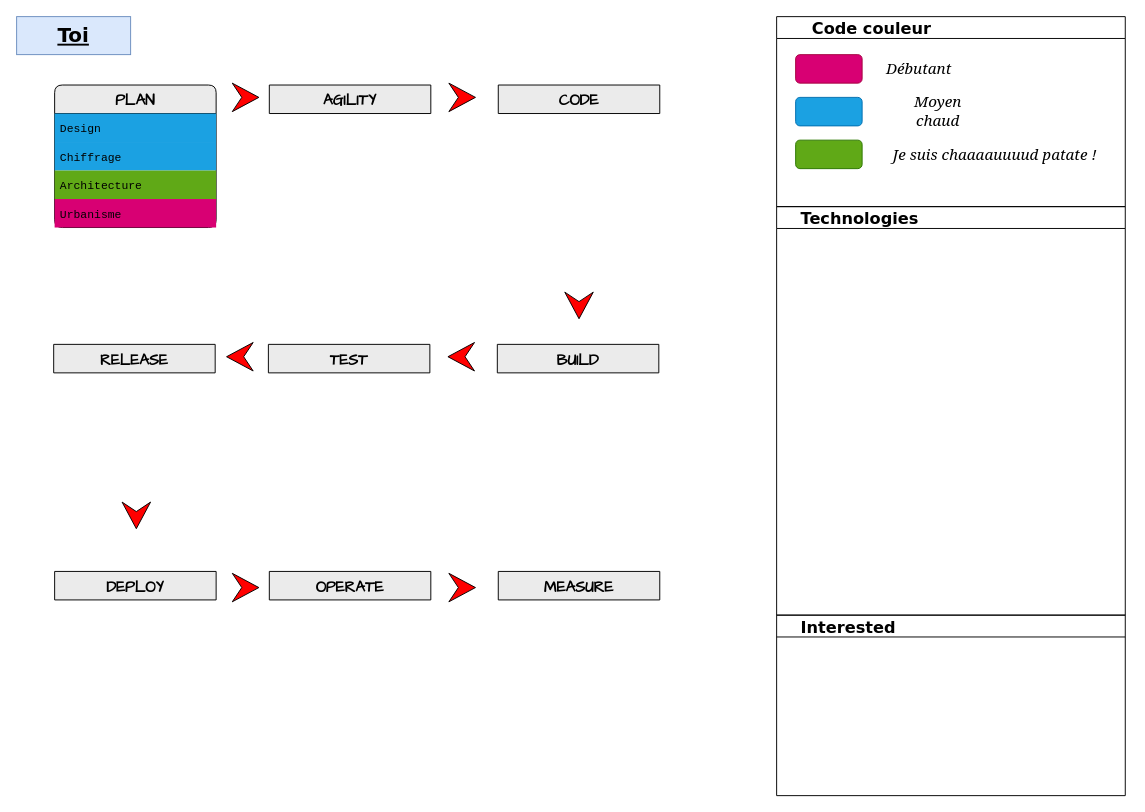
Above: skills.drawio in teolia/TeoSchool_skills (draw.io), before the change. Source tidied: cells renumbered, new cells numbered last; positions are measured from the earlier drawing's top-left corner, leaving out a move shared by most shapes. Both pictures are drawn from the tidied source at 95%, with x=0, y=0 at pixel (16, 16).
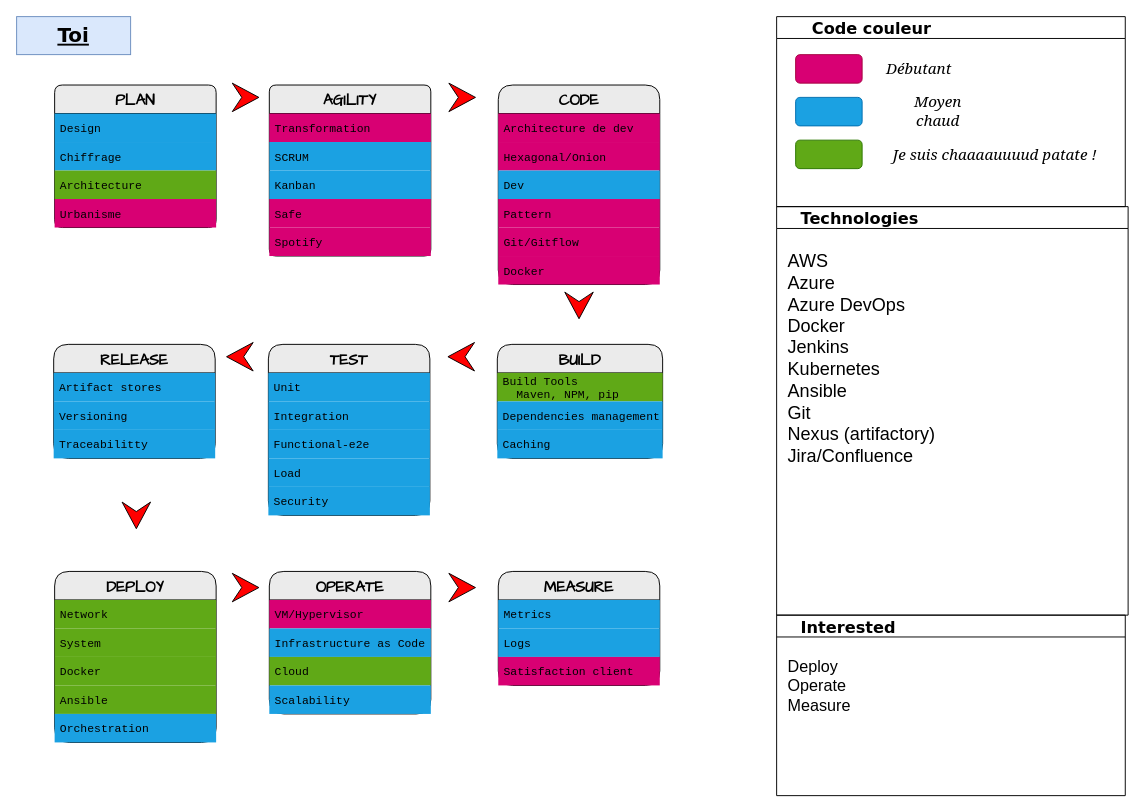
Above is the later version.

Commit message:
Mettre à jour skills.drawio

Unchanged cells that the change refers to:
```xml
<mxCell id="32" value="    Interested" style="swimlane;rounded=0;labelBackgroundColor=none;sketch=0;fontFamily=Verdana;fontSize=17;fontColor=#000000;fillColor=none;align=left;" parent="1" vertex="1">
  <mxGeometry x="800" y="630" width="367" height="190" as="geometry" />
</mxCell>
```

What changed in the source:
```diff
@@
-    <mxCell id="8" value="AGILITY" style="swimlane;fontStyle=1;horizontal=1;startSize=30;fontFamily=Comic Sans MS;rounded=1;arcSize=8;labelBackgroundColor=none;fillColor=#EBEBEB;fontSize=16;" parent="1" vertex="1" collapsed="1">
-      <mxGeometry x="266" y="72" width="170" height="30" as="geometry" />
+    <mxCell id="8" value="AGILITY" style="swimlane;fontStyle=1;horizontal=1;startSize=30;fontFamily=Comic Sans MS;rounded=1;arcSize=8;labelBackgroundColor=none;fillColor=#EBEBEB;fontSize=16;" parent="1" vertex="1">
+      <mxGeometry x="266" y="72" width="170" height="180" as="geometry" />
     </mxCell>
+    <mxCell id="33" value="Transformation" style="text;align=left;verticalAlign=middle;spacingLeft=4;spacingRight=4;overflow=hidden;fontFamily=Courier New;fillColor=#D80073;" parent="8" vertex="1">
+      <mxGeometry y="30" width="170" height="30" as="geometry" />
+    </mxCell>
+    <mxCell id="34" value="SCRUM" style="text;strokeColor=none;fillColor=#1BA1E2;align=left;verticalAlign=middle;spacingLeft=4;spacingRight=4;overflow=hidden;fontFamily=Courier New;" parent="8" vertex="1">
+      <mxGeometry y="60" width="170" height="30" as="geometry" />
+    </mxCell>
+    <mxCell id="35" value="Kanban" style="text;strokeColor=none;fillColor=#1BA1E2;align=left;verticalAlign=middle;spacingLeft=4;spacingRight=4;overflow=hidden;fontFamily=Courier New;" parent="8" vertex="1">
+      <mxGeometry y="90" width="170" height="30" as="geometry" />
+    </mxCell>
+    <mxCell id="36" value="Safe" style="text;strokeColor=none;fillColor=#D80073;align=left;verticalAlign=middle;spacingLeft=4;spacingRight=4;overflow=hidden;fontFamily=Courier New;" parent="8" vertex="1">
+      <mxGeometry y="120" width="170" height="30" as="geometry" />
+    </mxCell>
+    <mxCell id="37" value="Spotify" style="text;strokeColor=none;fillColor=#D80073;align=left;verticalAlign=middle;spacingLeft=4;spacingRight=4;overflow=hidden;fontFamily=Courier New;" parent="8" vertex="1">
+      <mxGeometry y="150" width="170" height="30" as="geometry" />
+    </mxCell>
-    <mxCell id="9" value="CODE" style="swimlane;fontStyle=1;horizontal=1;startSize=30;fontFamily=Comic Sans MS;rounded=1;arcSize=17;labelBackgroundColor=none;fillColor=#EBEBEB;fontSize=16;" parent="1" vertex="1" collapsed="1">
-      <mxGeometry x="507" y="72" width="170" height="30" as="geometry" />
+    <mxCell id="9" value="CODE" style="swimlane;fontStyle=1;horizontal=1;startSize=30;fontFamily=Comic Sans MS;rounded=1;arcSize=17;labelBackgroundColor=none;fillColor=#EBEBEB;fontSize=16;" parent="1" vertex="1">
+      <mxGeometry x="507" y="72" width="170" height="210" as="geometry" />
     </mxCell>
+    <mxCell id="38" value="Architecture de dev" style="text;align=left;verticalAlign=middle;spacingLeft=4;spacingRight=4;overflow=hidden;fontFamily=Courier New;fillColor=#D80073;" parent="9" vertex="1">
+      <mxGeometry y="30" width="170" height="30" as="geometry" />
+    </mxCell>
+    <mxCell id="39" value="Hexagonal/Onion" style="text;strokeColor=none;fillColor=#D80073;align=left;verticalAlign=middle;spacingLeft=4;spacingRight=4;overflow=hidden;fontFamily=Courier New;" parent="9" vertex="1">
+      <mxGeometry y="60" width="170" height="30" as="geometry" />
+    </mxCell>
+    <mxCell id="40" value="Dev" style="text;strokeColor=none;fillColor=#1BA1E2;align=left;verticalAlign=middle;spacingLeft=4;spacingRight=4;overflow=hidden;fontFamily=Courier New;" parent="9" vertex="1">
+      <mxGeometry y="90" width="170" height="30" as="geometry" />
+    </mxCell>
+    <mxCell id="41" value="Pattern" style="text;strokeColor=none;fillColor=#D80073;align=left;verticalAlign=middle;spacingLeft=4;spacingRight=4;overflow=hidden;fontFamily=Courier New;" parent="9" vertex="1">
+      <mxGeometry y="120" width="170" height="30" as="geometry" />
+    </mxCell>
+    <mxCell id="42" value="Git/Gitflow" style="text;strokeColor=none;fillColor=#D80073;align=left;verticalAlign=middle;spacingLeft=4;spacingRight=4;overflow=hidden;fontFamily=Courier New;" parent="9" vertex="1">
+      <mxGeometry y="150" width="170" height="30" as="geometry" />
+    </mxCell>
+    <mxCell id="43" value="Docker" style="text;strokeColor=none;fillColor=#D80073;align=left;verticalAlign=middle;spacingLeft=4;spacingRight=4;overflow=hidden;fontFamily=Courier New;" parent="9" vertex="1">
+      <mxGeometry y="180" width="170" height="30" as="geometry" />
+    </mxCell>
@@
-    <mxCell id="12" value="RELEASE" style="swimlane;fontStyle=1;horizontal=1;startSize=30;fontFamily=Comic Sans MS;rounded=1;arcSize=17;labelBackgroundColor=none;fillColor=#EBEBEB;fontSize=16;" parent="1" vertex="1" collapsed="1">
-      <mxGeometry x="39" y="345" width="170" height="30" as="geometry" />
+    <mxCell id="12" value="RELEASE" style="swimlane;fontStyle=1;horizontal=1;startSize=30;fontFamily=Comic Sans MS;rounded=1;arcSize=17;labelBackgroundColor=none;fillColor=#EBEBEB;fontSize=16;" parent="1" vertex="1">
+      <mxGeometry x="39" y="345" width="170" height="120" as="geometry" />
     </mxCell>
+    <mxCell id="44" value="Artifact stores" style="text;align=left;verticalAlign=middle;spacingLeft=4;spacingRight=4;overflow=hidden;fontFamily=Courier New;fillColor=#1BA1E2;" parent="12" vertex="1">
+      <mxGeometry y="30" width="170" height="30" as="geometry" />
+    </mxCell>
+    <mxCell id="45" value="Versioning" style="text;strokeColor=none;fillColor=#1BA1E2;align=left;verticalAlign=middle;spacingLeft=4;spacingRight=4;overflow=hidden;fontFamily=Courier New;" parent="12" vertex="1">
+      <mxGeometry y="60" width="170" height="30" as="geometry" />
+    </mxCell>
+    <mxCell id="46" value="Traceabilitty" style="text;strokeColor=none;fillColor=#1BA1E2;align=left;verticalAlign=middle;spacingLeft=4;spacingRight=4;overflow=hidden;fontFamily=Courier New;" parent="12" vertex="1">
+      <mxGeometry y="90" width="170" height="30" as="geometry" />
+    </mxCell>
-    <mxCell id="13" value="TEST" style="swimlane;fontStyle=1;horizontal=1;startSize=30;fontFamily=Comic Sans MS;rounded=1;arcSize=17;labelBackgroundColor=none;fillColor=#EBEBEB;fontSize=16;" parent="1" vertex="1" collapsed="1">
-      <mxGeometry x="265" y="345" width="170" height="30" as="geometry" />
+    <mxCell id="13" value="TEST" style="swimlane;fontStyle=1;horizontal=1;startSize=30;fontFamily=Comic Sans MS;rounded=1;arcSize=17;labelBackgroundColor=none;fillColor=#EBEBEB;fontSize=16;" parent="1" vertex="1">
+      <mxGeometry x="265" y="345" width="170" height="180" as="geometry" />
     </mxCell>
+    <mxCell id="47" value="Unit" style="text;align=left;verticalAlign=middle;spacingLeft=4;spacingRight=4;overflow=hidden;fontFamily=Courier New;fillColor=#1BA1E2;" parent="13" vertex="1">
+      <mxGeometry y="30" width="170" height="30" as="geometry" />
+    </mxCell>
+    <mxCell id="48" value="Integration" style="text;strokeColor=none;fillColor=#1BA1E2;align=left;verticalAlign=middle;spacingLeft=4;spacingRight=4;overflow=hidden;fontFamily=Courier New;" parent="13" vertex="1">
+      <mxGeometry y="60" width="170" height="30" as="geometry" />
+    </mxCell>
+    <mxCell id="49" value="Functional-e2e" style="text;strokeColor=none;fillColor=#1BA1E2;align=left;verticalAlign=middle;spacingLeft=4;spacingRight=4;overflow=hidden;fontFamily=Courier New;" parent="13" vertex="1">
+      <mxGeometry y="90" width="170" height="30" as="geometry" />
+    </mxCell>
+    <mxCell id="50" value="Load" style="text;strokeColor=none;fillColor=#1BA1E2;align=left;verticalAlign=middle;spacingLeft=4;spacingRight=4;overflow=hidden;fontFamily=Courier New;" parent="13" vertex="1">
+      <mxGeometry y="120" width="170" height="30" as="geometry" />
+    </mxCell>
+    <mxCell id="51" value="Security" style="text;strokeColor=none;fillColor=#1BA1E2;align=left;verticalAlign=middle;spacingLeft=4;spacingRight=4;overflow=hidden;fontFamily=Courier New;" parent="13" vertex="1">
+      <mxGeometry y="150" width="170" height="30" as="geometry" />
+    </mxCell>
-    <mxCell id="14" value="BUILD" style="swimlane;fontStyle=1;horizontal=1;startSize=30;fontFamily=Comic Sans MS;rounded=1;arcSize=17;labelBackgroundColor=none;fillColor=#EBEBEB;fontSize=16;" parent="1" vertex="1" collapsed="1">
-      <mxGeometry x="506" y="345" width="170" height="30" as="geometry" />
+    <mxCell id="14" value="BUILD" style="swimlane;fontStyle=1;horizontal=1;startSize=30;fontFamily=Comic Sans MS;rounded=1;arcSize=17;labelBackgroundColor=none;fillColor=#EBEBEB;fontSize=16;" parent="1" vertex="1">
+      <mxGeometry x="506" y="345" width="174" height="120" as="geometry" />
     </mxCell>
+    <mxCell id="52" value="Build Tools&#10;  Maven, NPM, pip" style="text;align=left;verticalAlign=middle;spacingLeft=4;spacingRight=4;overflow=hidden;fontFamily=Courier New;fillColor=#60A917;" parent="14" vertex="1">
+      <mxGeometry y="30" width="174" height="30" as="geometry" />
+    </mxCell>
+    <mxCell id="53" value="Dependencies management" style="text;strokeColor=none;fillColor=#1BA1E2;align=left;verticalAlign=middle;spacingLeft=4;spacingRight=4;overflow=hidden;fontFamily=Courier New;" parent="14" vertex="1">
+      <mxGeometry y="60" width="174" height="30" as="geometry" />
+    </mxCell>
+    <mxCell id="54" value="Caching" style="text;strokeColor=none;fillColor=#1BA1E2;align=left;verticalAlign=middle;spacingLeft=4;spacingRight=4;overflow=hidden;fontFamily=Courier New;" parent="14" vertex="1">
+      <mxGeometry y="90" width="174" height="30" as="geometry" />
+    </mxCell>
-    <mxCell id="15" value="DEPLOY" style="swimlane;fontStyle=1;horizontal=1;startSize=30;fontFamily=Comic Sans MS;rounded=1;arcSize=17;labelBackgroundColor=none;fillColor=#EBEBEB;fontSize=16;" parent="1" vertex="1" collapsed="1">
-      <mxGeometry x="40" y="584" width="170" height="30" as="geometry" />
+    <mxCell id="15" value="DEPLOY" style="swimlane;fontStyle=1;horizontal=1;startSize=30;fontFamily=Comic Sans MS;rounded=1;arcSize=17;labelBackgroundColor=none;fillColor=#EBEBEB;fontSize=16;" parent="1" vertex="1">
+      <mxGeometry x="40" y="584" width="170" height="180" as="geometry" />
     </mxCell>
+    <mxCell id="55" value="Network" style="text;align=left;verticalAlign=middle;spacingLeft=4;spacingRight=4;overflow=hidden;fontFamily=Courier New;fillColor=#60A917;" parent="15" vertex="1">
+      <mxGeometry y="30" width="170" height="30" as="geometry" />
+    </mxCell>
+    <mxCell id="56" value="System" style="text;strokeColor=none;fillColor=#60A917;align=left;verticalAlign=middle;spacingLeft=4;spacingRight=4;overflow=hidden;fontFamily=Courier New;" parent="15" vertex="1">
+      <mxGeometry y="60" width="170" height="30" as="geometry" />
+    </mxCell>
+    <mxCell id="57" value="Docker" style="text;strokeColor=none;fillColor=#60A917;align=left;verticalAlign=middle;spacingLeft=4;spacingRight=4;overflow=hidden;fontFamily=Courier New;" parent="15" vertex="1">
+      <mxGeometry y="90" width="170" height="30" as="geometry" />
+    </mxCell>
+    <mxCell id="58" value="Ansible" style="text;strokeColor=none;fillColor=#60A917;align=left;verticalAlign=middle;spacingLeft=4;spacingRight=4;overflow=hidden;fontFamily=Courier New;" parent="15" vertex="1">
+      <mxGeometry y="120" width="170" height="30" as="geometry" />
+    </mxCell>
+    <mxCell id="59" value="Orchestration" style="text;strokeColor=none;fillColor=#1BA1E2;align=left;verticalAlign=middle;spacingLeft=4;spacingRight=4;overflow=hidden;fontFamily=Courier New;" parent="15" vertex="1">
+      <mxGeometry y="150" width="170" height="30" as="geometry" />
+    </mxCell>
-    <mxCell id="16" value="OPERATE" style="swimlane;fontStyle=1;horizontal=1;startSize=30;fontFamily=Comic Sans MS;rounded=1;arcSize=17;labelBackgroundColor=none;fillColor=#EBEBEB;fontSize=16;" parent="1" vertex="1" collapsed="1">
-      <mxGeometry x="266" y="584" width="170" height="30" as="geometry" />
+    <mxCell id="16" value="OPERATE" style="swimlane;fontStyle=1;horizontal=1;startSize=30;fontFamily=Comic Sans MS;rounded=1;arcSize=17;labelBackgroundColor=none;fillColor=#EBEBEB;fontSize=16;" parent="1" vertex="1">
+      <mxGeometry x="266" y="584" width="170" height="150" as="geometry" />
     </mxCell>
+    <mxCell id="60" value="VM/Hypervisor" style="text;align=left;verticalAlign=middle;spacingLeft=4;spacingRight=4;overflow=hidden;fontFamily=Courier New;fillColor=#D80073;" parent="16" vertex="1">
+      <mxGeometry y="30" width="170" height="30" as="geometry" />
+    </mxCell>
+    <mxCell id="61" value="Infrastructure as Code" style="text;strokeColor=none;fillColor=#1BA1E2;align=left;verticalAlign=middle;spacingLeft=4;spacingRight=4;overflow=hidden;fontFamily=Courier New;" parent="16" vertex="1">
+      <mxGeometry y="60" width="170" height="30" as="geometry" />
+    </mxCell>
+    <mxCell id="62" value="Cloud" style="text;strokeColor=none;fillColor=#60A917;align=left;verticalAlign=middle;spacingLeft=4;spacingRight=4;overflow=hidden;fontFamily=Courier New;" parent="16" vertex="1">
+      <mxGeometry y="90" width="170" height="30" as="geometry" />
+    </mxCell>
+    <mxCell id="63" value="Scalability" style="text;strokeColor=none;fillColor=#1BA1E2;align=left;verticalAlign=middle;spacingLeft=4;spacingRight=4;overflow=hidden;fontFamily=Courier New;" parent="16" vertex="1">
+      <mxGeometry y="120" width="170" height="30" as="geometry" />
+    </mxCell>
-    <mxCell id="17" value="MEASURE" style="swimlane;fontStyle=1;horizontal=1;startSize=30;fontFamily=Comic Sans MS;rounded=1;arcSize=17;labelBackgroundColor=none;fillColor=#EBEBEB;fontSize=16;" parent="1" vertex="1" collapsed="1">
-      <mxGeometry x="507" y="584" width="170" height="30" as="geometry" />
+    <mxCell id="17" value="MEASURE" style="swimlane;fontStyle=1;horizontal=1;startSize=30;fontFamily=Comic Sans MS;rounded=1;arcSize=17;labelBackgroundColor=none;fillColor=#EBEBEB;fontSize=16;" parent="1" vertex="1">
+      <mxGeometry x="507" y="584" width="170" height="120" as="geometry" />
     </mxCell>
+    <mxCell id="64" value="Metrics" style="text;align=left;verticalAlign=middle;spacingLeft=4;spacingRight=4;overflow=hidden;fontFamily=Courier New;fillColor=#1BA1E2;" parent="17" vertex="1">
+      <mxGeometry y="30" width="170" height="30" as="geometry" />
+    </mxCell>
+    <mxCell id="65" value="Logs" style="text;strokeColor=none;fillColor=#1BA1E2;align=left;verticalAlign=middle;spacingLeft=4;spacingRight=4;overflow=hidden;fontFamily=Courier New;" parent="17" vertex="1">
+      <mxGeometry y="60" width="170" height="30" as="geometry" />
+    </mxCell>
+    <mxCell id="66" value="Satisfaction client" style="text;strokeColor=none;fillColor=#D80073;align=left;verticalAlign=middle;spacingLeft=4;spacingRight=4;overflow=hidden;fontFamily=Courier New;" parent="17" vertex="1">
+      <mxGeometry y="90" width="170" height="30" as="geometry" />
+    </mxCell>
@@
     <mxCell id="31" value="    Technologies" style="swimlane;rounded=0;labelBackgroundColor=none;sketch=0;fontFamily=Verdana;fontSize=17;fontColor=#000000;fillColor=none;align=left;" parent="1" vertex="1">
-      <mxGeometry x="800" y="200" width="367" height="430" as="geometry" />
+      <mxGeometry x="800" y="200" width="370" height="430" as="geometry" />
     </mxCell>
+    <mxCell id="67" value="AWS&lt;br style=&quot;font-size: 19px;&quot;&gt;Azure&lt;br style=&quot;font-size: 19px;&quot;&gt;Azure DevOps&lt;br style=&quot;font-size: 19px;&quot;&gt;Docker&lt;br style=&quot;font-size: 19px;&quot;&gt;Jenkins&lt;br style=&quot;font-size: 19px;&quot;&gt;Kubernetes&lt;br style=&quot;font-size: 19px;&quot;&gt;Ansible&lt;br style=&quot;font-size: 19px;&quot;&gt;Git&lt;br style=&quot;font-size: 19px;&quot;&gt;Nexus (artifactory)&lt;br style=&quot;font-size: 19px;&quot;&gt;Jira/Confluence&lt;br style=&quot;font-size: 19px;&quot;&gt;" style="text;html=1;strokeColor=none;fillColor=none;align=left;verticalAlign=top;whiteSpace=wrap;rounded=0;fontSize=19;" parent="31" vertex="1">
+      <mxGeometry x="10" y="40" width="320" height="310" as="geometry" />
+    </mxCell>
@@
+    <mxCell id="68" value="Deploy&lt;br style=&quot;font-size: 17px;&quot;&gt;Operate&lt;br style=&quot;font-size: 17px;&quot;&gt;Measure" style="text;html=1;strokeColor=none;fillColor=none;align=left;verticalAlign=middle;whiteSpace=wrap;rounded=0;fontSize=17;" parent="32" vertex="1">
+      <mxGeometry x="10" y="30" width="180" height="90" as="geometry" />
+    </mxCell>
```
